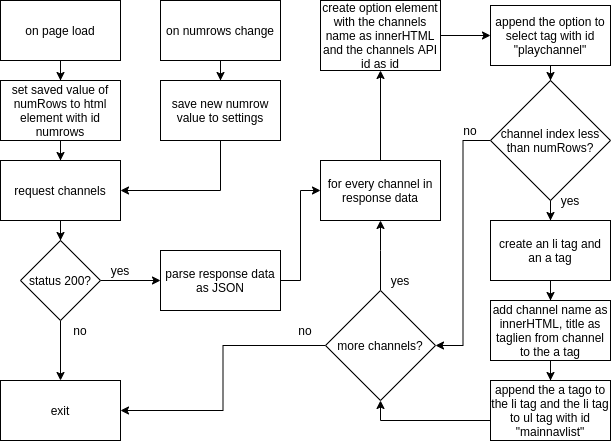
The draw.io diagram webbutveckling/IntroProgrammeringJavaScript/Moments/Projekt/Excluded/FlowChartDrawings/Exported/requestChannels.png in EliasEriksson/miun, before a commit. Source tidied: cells renumbered, new cells last; positions are measured from the earlier drawing's top-left corner, leaving out a move shared by most shapes.
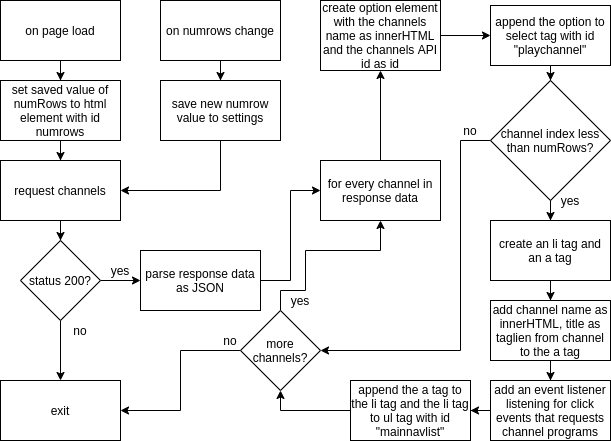
Above is the later version.

Commit message:
added exported flowcharts

The edit, as a diff of the source:
```diff
@@ -21,7 +21,7 @@
       <mxGeometry relative="1" as="geometry" />
     </mxCell>
     <mxCell id="8" value="parse response data as JSON" style="whiteSpace=wrap;html=1;" parent="1" vertex="1">
-      <mxGeometry x="160" y="250" width="120" height="60" as="geometry" />
+      <mxGeometry x="140" y="250" width="120" height="60" as="geometry" />
     </mxCell>
     <mxCell id="9" style="edgeStyle=orthogonalEdgeStyle;rounded=0;jettySize=auto;html=1;" parent="1" edge="1" source="10" target="12">
       <mxGeometry relative="1" as="geometry" />
@@ -53,20 +53,18 @@
     <mxCell id="18" value="add channel name as innerHTML, title as taglien from channel to the a tag" style="whiteSpace=wrap;html=1;" parent="1" vertex="1">
       <mxGeometry x="490" y="300" width="120" height="60" as="geometry" />
     </mxCell>
-    <mxCell id="19" style="edgeStyle=orthogonalEdgeStyle;rounded=0;jettySize=auto;html=1;entryX=0.5;entryY=1;entryDx=0;entryDy=0;" parent="1" edge="1" source="20" target="23">
-      <mxGeometry relative="1" as="geometry">
-        <Array as="points">
-          <mxPoint x="380" y="420" />
-        </Array>
-      </mxGeometry>
-    </mxCell>
+    <mxCell id="42" style="edgeStyle=orthogonalEdgeStyle;rounded=0;jettySize=auto;html=1;" parent="1" edge="1" source="20" target="44">
+      <mxGeometry relative="1" as="geometry" />
+    </mxCell>
-    <mxCell id="20" value="append the a tago to the li tag and the li tag to ul tag with id &quot;mainnavlist&quot;" style="whiteSpace=wrap;html=1;" parent="1" vertex="1">
+    <mxCell id="20" value="add an event listener listening for click events that requests channel programs" style="whiteSpace=wrap;html=1;" parent="1" vertex="1">
       <mxGeometry x="490" y="380" width="120" height="60" as="geometry" />
     </mxCell>
-    <mxCell id="21" style="edgeStyle=orthogonalEdgeStyle;rounded=0;jettySize=auto;html=1;entryX=0.5;entryY=1;entryDx=0;entryDy=0;" parent="1" edge="1" source="23" target="10">
+    <mxCell id="21" style="edgeStyle=orthogonalEdgeStyle;rounded=0;jettySize=auto;html=1;entryX=0.5;entryY=1;entryDx=0;entryDy=0;exitX=0.5;exitY=0;exitDx=0;exitDy=0;" parent="1" edge="1" source="23" target="10">
       <mxGeometry relative="1" as="geometry">
         <Array as="points">
-          <mxPoint x="380" y="250" />
+          <mxPoint x="280" y="290" />
+          <mxPoint x="305" y="290" />
+          <mxPoint x="305" y="250" />
           <mxPoint x="380" y="250" />
         </Array>
       </mxGeometry>
@@ -74,8 +72,8 @@
     <mxCell id="22" style="edgeStyle=orthogonalEdgeStyle;rounded=0;jettySize=auto;html=1;entryX=1;entryY=0.5;entryDx=0;entryDy=0;" parent="1" edge="1" source="23" target="6">
       <mxGeometry relative="1" as="geometry" />
     </mxCell>
-    <mxCell id="23" value="more channels?" style="rhombus;whiteSpace=wrap;html=1;" parent="1" vertex="1">
-      <mxGeometry x="325" y="290" width="110" height="110" as="geometry" />
+    <mxCell id="23" value="more&lt;br&gt;channels?" style="rhombus;whiteSpace=wrap;html=1;" parent="1" vertex="1">
+      <mxGeometry x="240" y="310" width="80" height="80" as="geometry" />
     </mxCell>
     <mxCell id="24" style="edgeStyle=orthogonalEdgeStyle;rounded=0;jettySize=auto;html=1;" parent="1" edge="1" source="25" target="31">
       <mxGeometry relative="1" as="geometry" />
@@ -105,7 +103,12 @@
       <mxGeometry relative="1" as="geometry" />
     </mxCell>
     <mxCell id="33" style="edgeStyle=orthogonalEdgeStyle;rounded=0;jettySize=auto;html=1;entryX=1;entryY=0.5;entryDx=0;entryDy=0;" parent="1" edge="1" source="34" target="23">
-      <mxGeometry relative="1" as="geometry" />
+      <mxGeometry relative="1" as="geometry">
+        <Array as="points">
+          <mxPoint x="460" y="140" />
+          <mxPoint x="460" y="350" />
+        </Array>
+      </mxGeometry>
     </mxCell>
     <mxCell id="34" value="channel index less than numRows?" style="rhombus;whiteSpace=wrap;html=1;" parent="1" vertex="1">
       <mxGeometry x="490" y="80" width="120" height="120" as="geometry" />
@@ -114,7 +117,7 @@
       <mxGeometry y="160" width="120" height="60" as="geometry" />
     </mxCell>
     <mxCell id="36" value="no" style="text;html=1;strokeColor=none;fillColor=none;align=center;verticalAlign=middle;whiteSpace=wrap;rounded=0;" parent="1" vertex="1">
-      <mxGeometry x="285" y="320" width="40" height="20" as="geometry" />
+      <mxGeometry x="210" y="330" width="40" height="20" as="geometry" />
     </mxCell>
     <mxCell id="37" value="no" style="text;html=1;strokeColor=none;fillColor=none;align=center;verticalAlign=middle;whiteSpace=wrap;rounded=0;" parent="1" vertex="1">
       <mxGeometry x="60" y="320" width="40" height="20" as="geometry" />
@@ -129,7 +132,13 @@
       <mxGeometry x="450" y="120" width="40" height="20" as="geometry" />
     </mxCell>
     <mxCell id="41" value="yes" style="text;html=1;strokeColor=none;fillColor=none;align=center;verticalAlign=middle;whiteSpace=wrap;rounded=0;" parent="1" vertex="1">
-      <mxGeometry x="380" y="270" width="40" height="20" as="geometry" />
+      <mxGeometry x="280" y="290" width="40" height="20" as="geometry" />
     </mxCell>
+    <mxCell id="43" style="edgeStyle=orthogonalEdgeStyle;rounded=0;jettySize=auto;html=1;entryX=0.5;entryY=1;entryDx=0;entryDy=0;exitX=0;exitY=0.5;exitDx=0;exitDy=0;" parent="1" edge="1" source="44" target="23">
+      <mxGeometry relative="1" as="geometry" />
+    </mxCell>
+    <mxCell id="44" value="&lt;span&gt;append the a tag to the li tag and the li tag to ul tag with id &quot;mainnavlist&quot;&lt;/span&gt;" style="whiteSpace=wrap;html=1;" parent="1" vertex="1">
+      <mxGeometry x="350" y="380" width="120" height="60" as="geometry" />
+    </mxCell>
   </root>
 </mxGraphModel>
```
